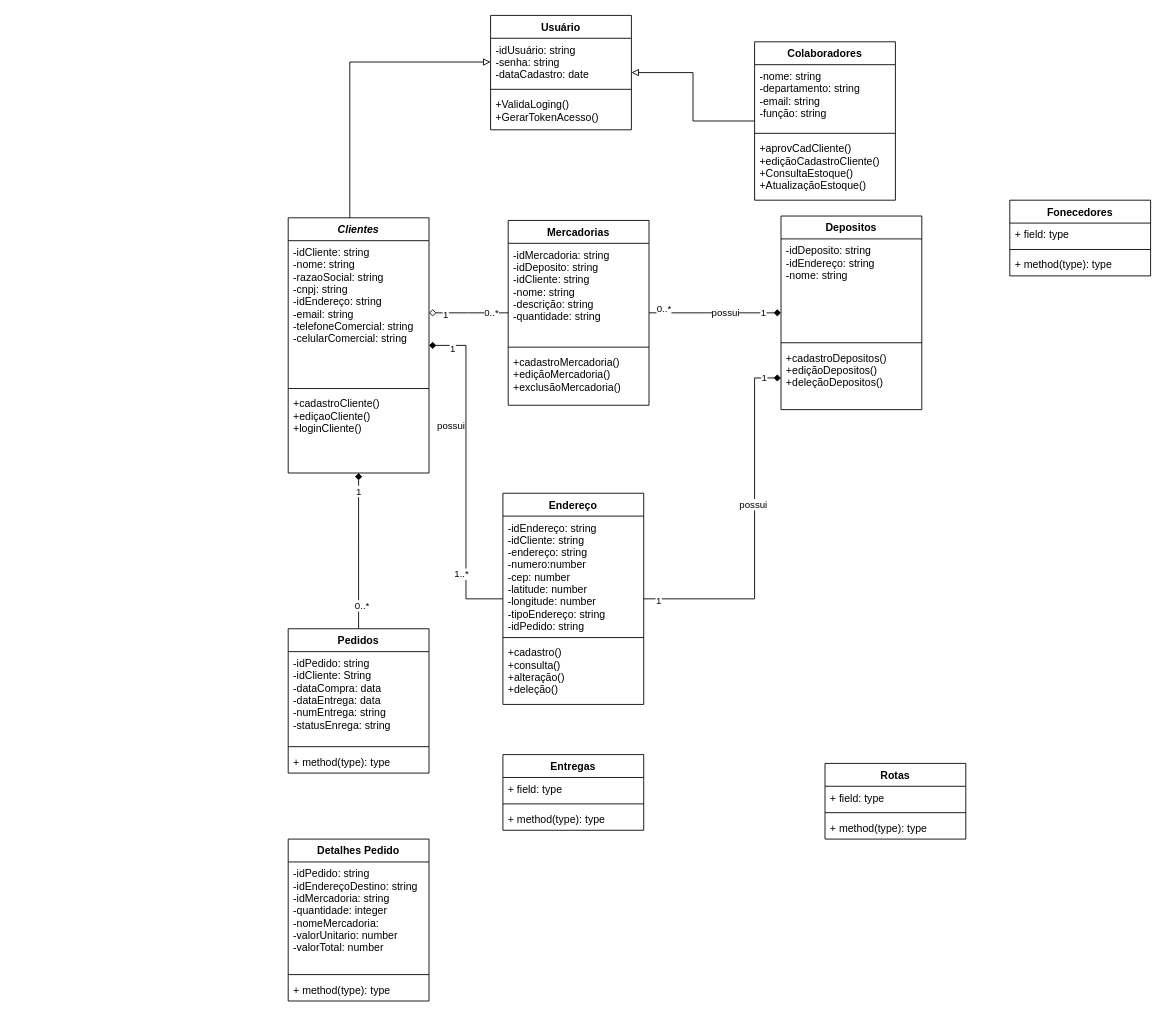
Above: page "Diagrama de Classes" (3 of 6) of desenho-solucao/DesenhoSolucao.drawio in felipepozzi/puc-minas-arquitetura (draw.io), before the change. Source tidied: cells renumbered, new cells numbered last; positions are measured from the earlier drawing's top-left corner, leaving out a move shared by most shapes. Both pictures are drawn from the tidied source at 88%, with x=0, y=0 at pixel (288, 15).
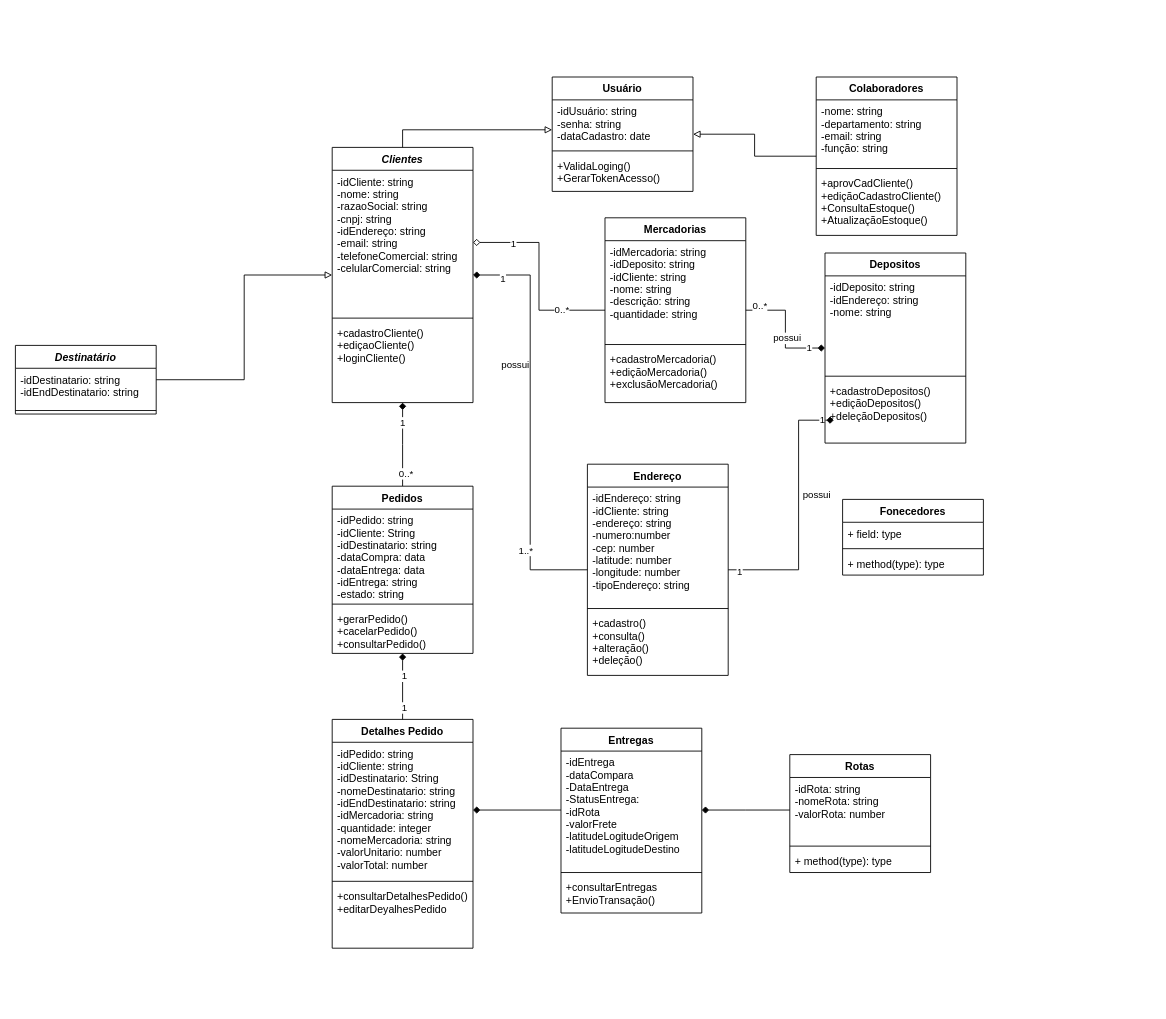
After the change.

Unchanged cells that the change refers to:
```xml
<mxCell id="9" style="edgeStyle=elbowEdgeStyle;rounded=0;jettySize=auto;html=1;fontColor=#000000;startArrow=diamond;startFill=1;endArrow=none;endFill=0;strokeColor=#000000;" parent="1" edge="1" source="12" target="48">
  <mxGeometry relative="1" as="geometry" />
</mxCell>
<mxCell id="58" value="-idUsuário: string&#10;-senha: string&#10;-dataCadastro: date&#10;" style="text;strokeColor=none;fillColor=none;align=left;verticalAlign=top;spacingLeft=4;spacingRight=4;overflow=hidden;points=[[0,0.5],[1,0.5]];portConstraint=eastwest;fontColor=#000000;" parent="57" vertex="1">
  <mxGeometry y="26" width="160" height="54" as="geometry" />
</mxCell>
```

What changed in the source:
```diff
@@
     <mxCell id="11" value="1" style="edgeLabel;html=1;align=center;verticalAlign=middle;fontColor=#000000;" parent="9" vertex="1">
-      <mxGeometry x="-0.77" y="-1" relative="1" as="geometry" />
+      <mxGeometry x="-0.77" y="-1" relative="1" as="geometry">
+        <mxPoint y="11" as="offset" />
+      </mxGeometry>
     </mxCell>
+    <mxCell id="66" style="edgeStyle=elbowEdgeStyle;rounded=0;jettySize=auto;html=1;fontColor=#000000;startArrow=block;startFill=0;endArrow=none;endFill=0;strokeColor=#000000;" parent="1" edge="1" source="12" target="67">
+      <mxGeometry relative="1" as="geometry" />
+    </mxCell>
     <mxCell id="12" value="Clientes" style="swimlane;fontStyle=3;align=center;verticalAlign=top;horizontal=1;startSize=26;fontColor=#000000;" parent="1" vertex="1">
-      <mxGeometry y="230" width="160" height="290" as="geometry" />
+      <mxGeometry x="50" y="150" width="160" height="290" as="geometry" />
     </mxCell>
@@
-    <mxCell id="16" style="edgeStyle=elbowEdgeStyle;rounded=0;jettySize=auto;html=1;fontColor=#000000;startArrow=diamond;startFill=1;endArrow=none;endFill=0;strokeColor=#000000;" parent="1" edge="1" source="27" target="40">
+    <mxCell id="16" style="edgeStyle=elbowEdgeStyle;rounded=0;jettySize=auto;html=1;fontColor=#000000;startArrow=diamond;startFill=1;endArrow=none;endFill=0;strokeColor=#000000;" parent="1" edge="1" target="40">
       <mxGeometry relative="1" as="geometry">
+        <mxPoint x="620" y="460" as="sourcePoint" />
         <Array as="points">
-          <mxPoint x="530" y="500" />
-          <mxPoint x="630" y="480" />
+          <mxPoint x="580" y="500" />
         </Array>
       </mxGeometry>
     </mxCell>
     <mxCell id="17" value="possui&amp;nbsp;" style="edgeLabel;html=1;align=center;verticalAlign=middle;fontColor=#000000;" parent="16" vertex="1">
-      <mxGeometry x="-0.15" y="-1" relative="1" as="geometry" />
+      <mxGeometry x="-0.15" y="-1" relative="1" as="geometry">
+        <mxPoint x="22" y="1" as="offset" />
+      </mxGeometry>
     </mxCell>
@@
     <mxCell id="24" value="Depositos" style="swimlane;fontStyle=1;align=center;verticalAlign=top;horizontal=1;startSize=26;fontColor=#000000;" parent="1" vertex="1">
-      <mxGeometry x="560" y="228" width="160" height="220" as="geometry" />
+      <mxGeometry x="610" y="270" width="160" height="216" as="geometry" />
     </mxCell>
     <mxCell id="25" value="-idDeposito: string&#10;-idEndereço: string&#10;-nome: string" style="text;strokeColor=none;fillColor=none;align=left;verticalAlign=top;spacingLeft=4;spacingRight=4;overflow=hidden;fontColor=#000000;" parent="24" vertex="1">
-      <mxGeometry y="26" width="160" height="114" as="geometry" />
+      <mxGeometry y="26" width="160" height="110" as="geometry" />
     </mxCell>
     <mxCell id="26" style="line;strokeWidth=1;fillColor=none;align=left;verticalAlign=middle;spacingTop=-1;spacingLeft=3;spacingRight=3;labelPosition=right;fontColor=#000000;" parent="24" vertex="1">
-      <mxGeometry y="140" width="160" height="8" as="geometry" />
+      <mxGeometry y="136" width="160" height="8" as="geometry" />
     </mxCell>
     <mxCell id="27" value="+cadastroDepositos()&#10;+ediçãoDepositos()&#10;+deleçãoDepositos()" style="text;strokeColor=none;fillColor=none;align=left;verticalAlign=top;spacingLeft=4;spacingRight=4;overflow=hidden;points=[[0,0.5],[1,0.5]];portConstraint=eastwest;fontColor=#000000;" parent="24" vertex="1">
-      <mxGeometry y="148" width="160" height="72" as="geometry" />
+      <mxGeometry y="144" width="160" height="72" as="geometry" />
     </mxCell>
     <mxCell id="28" value="Mercadorias" style="swimlane;fontStyle=1;align=center;verticalAlign=top;horizontal=1;startSize=26;fontColor=#000000;" parent="1" vertex="1">
-      <mxGeometry x="250" y="233" width="160" height="210" as="geometry" />
+      <mxGeometry x="360" y="230" width="160" height="210" as="geometry" />
     </mxCell>
@@
     <mxCell id="32" value="Fonecedores" style="swimlane;fontStyle=1;align=center;verticalAlign=top;horizontal=1;startSize=26;fontColor=#000000;" parent="1" vertex="1">
-      <mxGeometry x="820" y="210" width="160" height="86" as="geometry" />
+      <mxGeometry x="630" y="550" width="160" height="86" as="geometry" />
     </mxCell>
@@
     <mxCell id="36" value="Entregas" style="swimlane;fontStyle=1;align=center;verticalAlign=top;horizontal=1;startSize=26;fontColor=#000000;" parent="1" vertex="1">
-      <mxGeometry x="244" y="840" width="160" height="86" as="geometry" />
+      <mxGeometry x="310" y="810" width="160" height="210" as="geometry" />
     </mxCell>
-    <mxCell id="37" value="+ field: type" style="text;strokeColor=none;fillColor=none;align=left;verticalAlign=top;spacingLeft=4;spacingRight=4;overflow=hidden;points=[[0,0.5],[1,0.5]];portConstraint=eastwest;fontColor=#000000;" parent="36" vertex="1">
-      <mxGeometry y="26" width="160" height="26" as="geometry" />
+    <mxCell id="37" value="-idEntrega&#10;-dataCompara&#10;-DataEntrega&#10;-StatusEntrega:&#10;-idRota&#10;-valorFrete&#10;-latitudeLogitudeOrigem&#10;-latitudeLogitudeDestino" style="text;strokeColor=none;fillColor=none;align=left;verticalAlign=top;spacingLeft=4;spacingRight=4;overflow=hidden;points=[[0,0.5],[1,0.5]];portConstraint=eastwest;fontColor=#000000;" parent="36" vertex="1">
+      <mxGeometry y="26" width="160" height="134" as="geometry" />
     </mxCell>
     <mxCell id="38" style="line;strokeWidth=1;fillColor=none;align=left;verticalAlign=middle;spacingTop=-1;spacingLeft=3;spacingRight=3;labelPosition=right;fontColor=#000000;" parent="36" vertex="1">
-      <mxGeometry y="52" width="160" height="8" as="geometry" />
+      <mxGeometry y="160" width="160" height="8" as="geometry" />
     </mxCell>
-    <mxCell id="39" value="+ method(type): type" style="text;strokeColor=none;fillColor=none;align=left;verticalAlign=top;spacingLeft=4;spacingRight=4;overflow=hidden;fontColor=#000000;" parent="36" vertex="1">
-      <mxGeometry y="60" width="160" height="26" as="geometry" />
+    <mxCell id="39" value="+consultarEntregas&#10;+EnvioTransação()" style="text;strokeColor=none;fillColor=none;align=left;verticalAlign=top;spacingLeft=4;spacingRight=4;overflow=hidden;fontColor=#000000;" parent="36" vertex="1">
+      <mxGeometry y="168" width="160" height="42" as="geometry" />
     </mxCell>
     <mxCell id="40" value="Endereço" style="swimlane;fontStyle=1;align=center;verticalAlign=top;horizontal=1;startSize=26;fontColor=#000000;" parent="1" vertex="1">
-      <mxGeometry x="244" y="543" width="160" height="240" as="geometry" />
+      <mxGeometry x="340" y="510" width="160" height="240" as="geometry" />
     </mxCell>
-    <mxCell id="41" value="-idEndereço: string&#10;-idCliente: string&#10;-endereço: string&#10;-numero:number&#10;-cep: number&#10;-latitude: number&#10;-longitude: number&#10;-tipoEndereço: string&#10;-idPedido: string" style="text;strokeColor=none;fillColor=none;align=left;verticalAlign=top;spacingLeft=4;spacingRight=4;overflow=hidden;fontColor=#000000;" parent="40" vertex="1">
+    <mxCell id="41" value="-idEndereço: string&#10;-idCliente: string&#10;-endereço: string&#10;-numero:number&#10;-cep: number&#10;-latitude: number&#10;-longitude: number&#10;-tipoEndereço: string" style="text;strokeColor=none;fillColor=none;align=left;verticalAlign=top;spacingLeft=4;spacingRight=4;overflow=hidden;fontColor=#000000;" parent="40" vertex="1">
       <mxGeometry y="26" width="160" height="134" as="geometry" />
     </mxCell>
@@
     <mxCell id="44" value="Rotas" style="swimlane;fontStyle=1;align=center;verticalAlign=top;horizontal=1;startSize=26;fontColor=#000000;" parent="1" vertex="1">
-      <mxGeometry x="610" y="850" width="160" height="86" as="geometry" />
+      <mxGeometry x="570" y="840" width="160" height="134" as="geometry" />
     </mxCell>
-    <mxCell id="45" value="+ field: type" style="text;strokeColor=none;fillColor=none;align=left;verticalAlign=top;spacingLeft=4;spacingRight=4;overflow=hidden;points=[[0,0.5],[1,0.5]];portConstraint=eastwest;fontColor=#000000;" parent="44" vertex="1">
-      <mxGeometry y="26" width="160" height="26" as="geometry" />
+    <mxCell id="45" value="-idRota: string&#10;-nomeRota: string&#10;-valorRota: number&#10;" style="text;strokeColor=none;fillColor=none;align=left;verticalAlign=top;spacingLeft=4;spacingRight=4;overflow=hidden;points=[[0,0.5],[1,0.5]];portConstraint=eastwest;fontColor=#000000;" parent="44" vertex="1">
+      <mxGeometry y="26" width="160" height="74" as="geometry" />
     </mxCell>
     <mxCell id="46" style="line;strokeWidth=1;fillColor=none;align=left;verticalAlign=middle;spacingTop=-1;spacingLeft=3;spacingRight=3;labelPosition=right;fontColor=#000000;" parent="44" vertex="1">
-      <mxGeometry y="52" width="160" height="8" as="geometry" />
+      <mxGeometry y="100" width="160" height="8" as="geometry" />
     </mxCell>
     <mxCell id="47" value="+ method(type): type" style="text;strokeColor=none;fillColor=none;align=left;verticalAlign=top;spacingLeft=4;spacingRight=4;overflow=hidden;fontColor=#000000;" parent="44" vertex="1">
-      <mxGeometry y="60" width="160" height="26" as="geometry" />
+      <mxGeometry y="108" width="160" height="26" as="geometry" />
     </mxCell>
     <mxCell id="48" value="Pedidos" style="swimlane;fontStyle=1;align=center;verticalAlign=top;horizontal=1;startSize=26;fontColor=#000000;" parent="1" vertex="1">
-      <mxGeometry y="697" width="160" height="164" as="geometry" />
+      <mxGeometry x="50" y="535" width="160" height="190" as="geometry" />
     </mxCell>
-    <mxCell id="49" value="-idPedido: string&#10;-idCliente: String&#10;-dataCompra: data&#10;-dataEntrega: data&#10;-numEntrega: string&#10;-statusEnrega: string" style="text;strokeColor=none;fillColor=none;align=left;verticalAlign=top;spacingLeft=4;spacingRight=4;overflow=hidden;fontColor=#000000;" parent="48" vertex="1">
+    <mxCell id="49" value="-idPedido: string&#10;-idCliente: String&#10;-idDestinatario: string&#10;-dataCompra: data&#10;-dataEntrega: data&#10;-idEntrega: string&#10;-estado: string" style="text;strokeColor=none;fillColor=none;align=left;verticalAlign=top;spacingLeft=4;spacingRight=4;overflow=hidden;fontColor=#000000;" parent="48" vertex="1">
       <mxGeometry y="26" width="160" height="104" as="geometry" />
     </mxCell>
@@
-    <mxCell id="51" value="+ method(type): type" style="text;strokeColor=none;fillColor=none;align=left;verticalAlign=top;spacingLeft=4;spacingRight=4;overflow=hidden;points=[[0,0.5],[1,0.5]];portConstraint=eastwest;fontColor=#000000;" parent="48" vertex="1">
-      <mxGeometry y="138" width="160" height="26" as="geometry" />
+    <mxCell id="51" value="+gerarPedido()&#10;+cacelarPedido()&#10;+consultarPedido()" style="text;strokeColor=none;fillColor=none;align=left;verticalAlign=top;spacingLeft=4;spacingRight=4;overflow=hidden;points=[[0,0.5],[1,0.5]];portConstraint=eastwest;fontColor=#000000;" parent="48" vertex="1">
+      <mxGeometry y="138" width="160" height="52" as="geometry" />
     </mxCell>
     <mxCell id="52" value="Detalhes Pedido" style="swimlane;fontStyle=1;align=center;verticalAlign=top;horizontal=1;startSize=26;fontColor=#000000;" parent="1" vertex="1">
-      <mxGeometry y="936" width="160" height="184" as="geometry" />
+      <mxGeometry x="50" y="800" width="160" height="260" as="geometry" />
     </mxCell>
-    <mxCell id="53" value="-idPedido: string&#10;-idEndereçoDestino: string&#10;-idMercadoria: string&#10;-quantidade: integer&#10;-nomeMercadoria:&#10;-valorUnitario: number&#10;-valorTotal: number &#10;" style="text;strokeColor=none;fillColor=none;align=left;verticalAlign=top;spacingLeft=4;spacingRight=4;overflow=hidden;points=[[0,0.5],[1,0.5]];portConstraint=eastwest;fontColor=#000000;" parent="52" vertex="1">
-      <mxGeometry y="26" width="160" height="124" as="geometry" />
+    <mxCell id="53" value="-idPedido: string&#10;-idCliente: string&#10;-idDestinatario: String&#10;-nomeDestinatario: string&#10;-idEndDestinatario: string&#10;-idMercadoria: string&#10;-quantidade: integer&#10;-nomeMercadoria: string&#10;-valorUnitario: number&#10;-valorTotal: number &#10;" style="text;strokeColor=none;fillColor=none;align=left;verticalAlign=top;spacingLeft=4;spacingRight=4;overflow=hidden;points=[[0,0.5],[1,0.5]];portConstraint=eastwest;fontColor=#000000;" parent="52" vertex="1">
+      <mxGeometry y="26" width="160" height="154" as="geometry" />
     </mxCell>
     <mxCell id="54" style="line;strokeWidth=1;fillColor=none;align=left;verticalAlign=middle;spacingTop=-1;spacingLeft=3;spacingRight=3;labelPosition=right;fontColor=#000000;" parent="52" vertex="1">
-      <mxGeometry y="150" width="160" height="8" as="geometry" />
+      <mxGeometry y="180" width="160" height="8" as="geometry" />
     </mxCell>
-    <mxCell id="55" value="+ method(type): type" style="text;strokeColor=none;fillColor=none;align=left;verticalAlign=top;spacingLeft=4;spacingRight=4;overflow=hidden;fontColor=#000000;" parent="52" vertex="1">
-      <mxGeometry y="158" width="160" height="26" as="geometry" />
+    <mxCell id="55" value="+consultarDetalhesPedido()&#10;+editarDeyalhesPedido" style="text;strokeColor=none;fillColor=none;align=left;verticalAlign=top;spacingLeft=4;spacingRight=4;overflow=hidden;fontColor=#000000;" parent="52" vertex="1">
+      <mxGeometry y="188" width="160" height="72" as="geometry" />
     </mxCell>
@@
     <mxCell id="57" value="Usuário" style="swimlane;fontStyle=1;align=center;verticalAlign=top;horizontal=1;startSize=26;fontColor=#000000;" parent="1" vertex="1">
-      <mxGeometry x="230" width="160" height="130" as="geometry" />
+      <mxGeometry x="300" y="70" width="160" height="130" as="geometry" />
     </mxCell>
@@
-    <mxCell id="61" style="edgeStyle=elbowEdgeStyle;rounded=0;jettySize=auto;html=1;fontColor=#000000;startArrow=block;startFill=0;endArrow=none;endFill=0;strokeColor=#000000;" parent="1" edge="1" source="58" target="12">
+    <mxCell id="61" style="edgeStyle=elbowEdgeStyle;rounded=0;jettySize=auto;html=1;fontColor=#000000;startArrow=block;startFill=0;endArrow=none;endFill=0;strokeColor=#000000;entryX=0.5;entryY=0;entryDx=0;entryDy=0;" parent="1" edge="1" source="58" target="12">
       <mxGeometry relative="1" as="geometry">
         <Array as="points">
-          <mxPoint x="70" y="200" />
+          <mxPoint x="130" y="130" />
         </Array>
       </mxGeometry>
     </mxCell>
     <mxCell id="62" value="Colaboradores" style="swimlane;fontStyle=1;align=center;verticalAlign=top;horizontal=1;startSize=26;fontColor=#000000;" parent="1" vertex="1">
-      <mxGeometry x="530" y="30" width="160" height="180" as="geometry" />
+      <mxGeometry x="600" y="70" width="160" height="180" as="geometry" />
     </mxCell>
@@
+    <mxCell id="67" value="Destinatário" style="swimlane;fontStyle=3;align=center;verticalAlign=top;horizontal=1;startSize=26;fontColor=#000000;" parent="1" vertex="1">
+      <mxGeometry x="-310" y="375" width="160" height="78" as="geometry" />
+    </mxCell>
+    <mxCell id="68" value="-idDestinatario: string&#10;-idEndDestinatario: string&#10;" style="text;strokeColor=none;fillColor=none;align=left;verticalAlign=top;spacingLeft=4;spacingRight=4;overflow=hidden;fontColor=#000000;" parent="67" vertex="1">
+      <mxGeometry y="26" width="160" height="44" as="geometry" />
+    </mxCell>
+    <mxCell id="69" style="line;strokeWidth=1;fillColor=none;align=left;verticalAlign=middle;spacingTop=-1;spacingLeft=3;spacingRight=3;labelPosition=right;fontColor=#000000;" parent="67" vertex="1">
+      <mxGeometry y="70" width="160" height="8" as="geometry" />
+    </mxCell>
+    <mxCell id="70" style="edgeStyle=elbowEdgeStyle;rounded=0;jettySize=auto;html=1;entryX=0.5;entryY=0;entryDx=0;entryDy=0;fontColor=#000000;startArrow=diamond;startFill=1;endArrow=none;endFill=0;strokeColor=#000000;" parent="1" edge="1" source="51" target="52">
+      <mxGeometry relative="1" as="geometry" />
+    </mxCell>
+    <mxCell id="71" value="1" style="edgeLabel;html=1;align=center;verticalAlign=middle;fontColor=#000000;" parent="70" vertex="1">
+      <mxGeometry x="-0.34" y="1" relative="1" as="geometry" />
+    </mxCell>
+    <mxCell id="72" value="1" style="edgeLabel;html=1;align=center;verticalAlign=middle;fontColor=#000000;" parent="70" vertex="1">
+      <mxGeometry x="0.62" y="1" relative="1" as="geometry" />
+    </mxCell>
+    <mxCell id="73" style="edgeStyle=elbowEdgeStyle;rounded=0;jettySize=auto;html=1;fontColor=#000000;startArrow=diamond;startFill=1;endArrow=none;endFill=0;strokeColor=#000000;" parent="1" edge="1" source="53" target="37">
+      <mxGeometry relative="1" as="geometry" />
+    </mxCell>
+    <mxCell id="74" style="edgeStyle=elbowEdgeStyle;rounded=0;jettySize=auto;html=1;fontColor=#000000;startArrow=diamond;startFill=1;endArrow=none;endFill=0;strokeColor=#000000;" parent="1" edge="1" source="37" target="45">
+      <mxGeometry relative="1" as="geometry" />
+    </mxCell>
```
